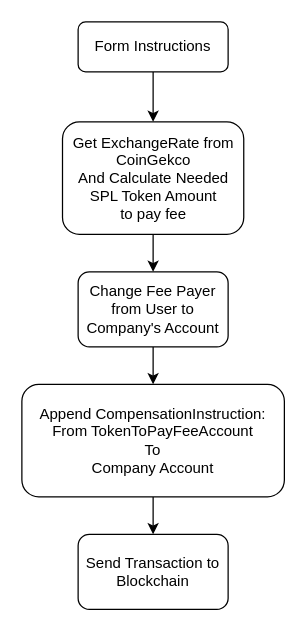
Earlier version of the draw.io diagram FeeRelayerv2.drawio (p2p-org/swap-diagram). Source tidied: cells renumbered, new cells numbered last; positions are measured from the earlier drawing's top-left corner, leaving out a move shared by most shapes. Both pictures are drawn from the tidied source at 125%, with x=0, y=0 at pixel (21, 21).
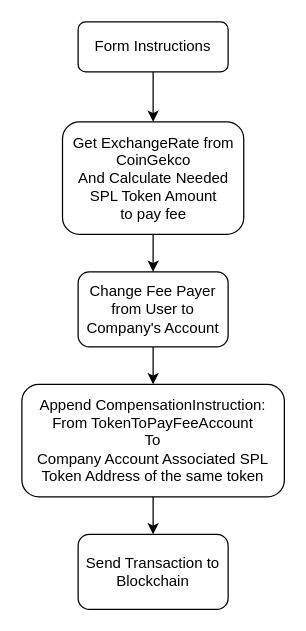
The same diagram, later.

What changed in the source:
```diff
@@
 <mxGraphModel>
   <root>
     <mxCell id="0" />
     <mxCell id="1" parent="0" />
     <mxCell id="2" style="edgeStyle=orthogonalEdgeStyle;rounded=0;jettySize=auto;html=1;" parent="1" edge="1" source="3" target="5">
       <mxGeometry relative="1" as="geometry" />
     </mxCell>
     <mxCell id="3" value="Form Instructions" style="rounded=1;whiteSpace=wrap;html=1;fontSize=12;glass=0;strokeWidth=1;shadow=0;" parent="1" vertex="1">
       <mxGeometry x="45" width="120" height="40" as="geometry" />
     </mxCell>
     <mxCell id="4" style="edgeStyle=orthogonalEdgeStyle;rounded=0;jettySize=auto;html=1;" parent="1" edge="1" source="5" target="7">
       <mxGeometry relative="1" as="geometry" />
     </mxCell>
     <mxCell id="5" value="Get ExchangeRate from CoinGekco&lt;br&gt;And Calculate Needed SPL Token Amount&lt;br&gt;to pay fee" style="whiteSpace=wrap;html=1;rounded=1;glass=0;strokeWidth=1;shadow=0;" parent="1" vertex="1">
       <mxGeometry x="32.5" y="80" width="145" height="90" as="geometry" />
     </mxCell>
     <mxCell id="6" style="edgeStyle=orthogonalEdgeStyle;rounded=0;jettySize=auto;html=1;" parent="1" edge="1" source="7" target="9">
       <mxGeometry relative="1" as="geometry" />
     </mxCell>
     <mxCell id="7" value="Change Fee Payer from User to Company's Account" style="whiteSpace=wrap;html=1;rounded=1;glass=0;strokeWidth=1;shadow=0;" parent="1" vertex="1">
       <mxGeometry x="45" y="200" width="120" height="60" as="geometry" />
     </mxCell>
     <mxCell id="8" style="edgeStyle=orthogonalEdgeStyle;rounded=0;jettySize=auto;html=1;" parent="1" edge="1" source="9" target="10">
       <mxGeometry relative="1" as="geometry" />
     </mxCell>
-    <mxCell id="9" value="Append CompensationInstruction: From TokenToPayFeeAccount&lt;br&gt;To&lt;br&gt;Company Account" style="whiteSpace=wrap;html=1;rounded=1;glass=0;strokeWidth=1;shadow=0;" parent="1" vertex="1">
+    <mxCell id="9" value="Append CompensationInstruction: From TokenToPayFeeAccount&lt;br&gt;To&lt;br&gt;Company Account Associated SPL Token Address of the same token" style="whiteSpace=wrap;html=1;rounded=1;glass=0;strokeWidth=1;shadow=0;" parent="1" vertex="1">
       <mxGeometry y="290" width="210" height="90" as="geometry" />
     </mxCell>
     <mxCell id="10" value="Send Transaction to&lt;br&gt;Blockchain" style="whiteSpace=wrap;html=1;rounded=1;glass=0;strokeWidth=1;shadow=0;" parent="1" vertex="1">
       <mxGeometry x="45" y="410" width="120" height="60" as="geometry" />
     </mxCell>
   </root>
 </mxGraphModel>
```
